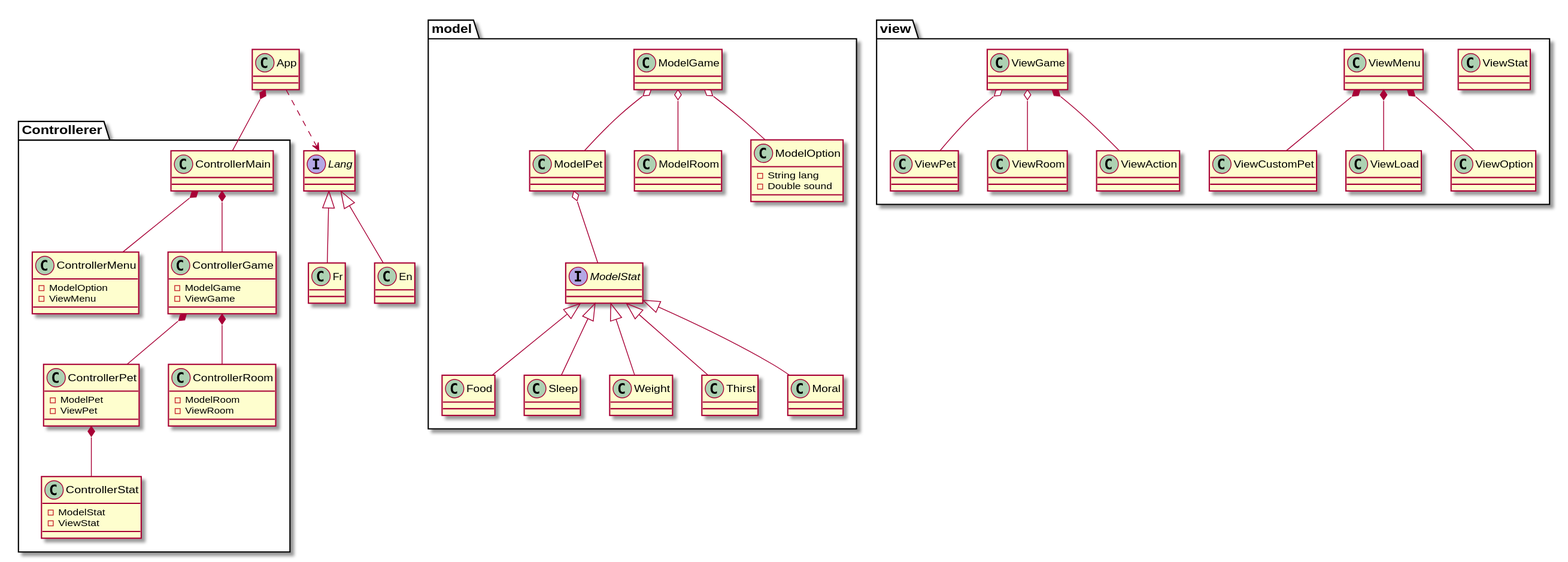
This is diagrams/svg/diagram-class.svg from 83NJAM1/Tamagotchi, a PlantUML export, as it was before one commit.
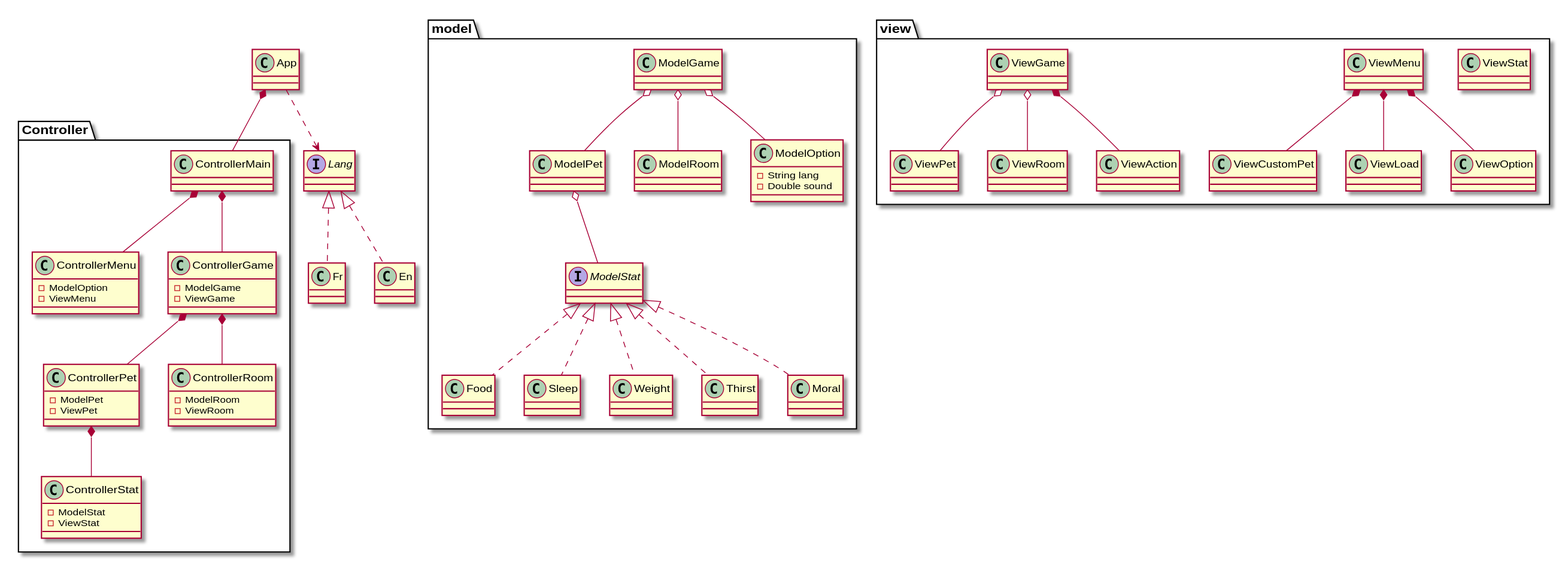
Above is the later version.

Commit message:
update - diagram-class

Change to the diagram source:
```diff
@@ -5,12 +5,11 @@
 App ..> Lang
 class Fr
 Class En
-Lang <|-- Fr
-Lang <|-- En
+Lang <|.. Fr
+Lang <|.. En
 
 package model {
     class ModelPet
-    interface ModelRoom
     class ModelRoom
     class ModelGame
     class ModelOption {
@@ -23,11 +22,11 @@
     class Weight
     class Thirst
     class Moral
-    ModelStat <|-- Food
-    ModelStat <|-- Sleep
-    ModelStat <|-- Weight
-    ModelStat <|-- Thirst
-    ModelStat <|-- Moral
+    ModelStat <|.. Food
+    ModelStat <|.. Sleep
+    ModelStat <|.. Weight
+    ModelStat <|.. Thirst
+    ModelStat <|.. Moral
     ModelPet o-- ModelStat
     ModelGame o-- ModelPet
     ModelGame o-- ModelRoom
@@ -53,7 +52,7 @@
     ViewGame o-- ViewPet
 }
 
-package Controllerer {
+package Controller {
     class ControllerMain
 
     class ControllerPet {
```
